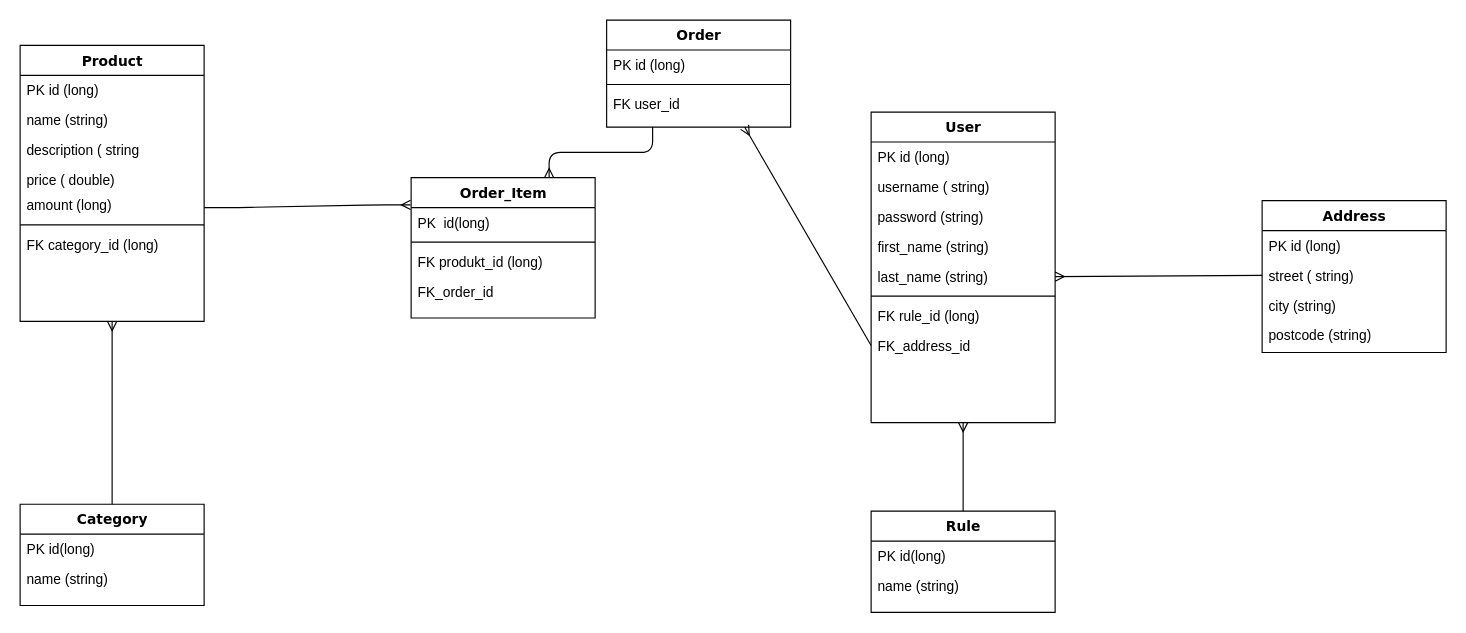
Before: Untitled Diagram.drawio in StanislawGlegola/dev-shop, a draw.io diagram. Source tidied: cells renumbered, new cells numbered last; positions are measured from the earlier drawing's top-left corner, leaving out a move shared by most shapes. Both pictures are drawn from the tidied source at 115%, with x=0, y=0 at pixel (20, 20).
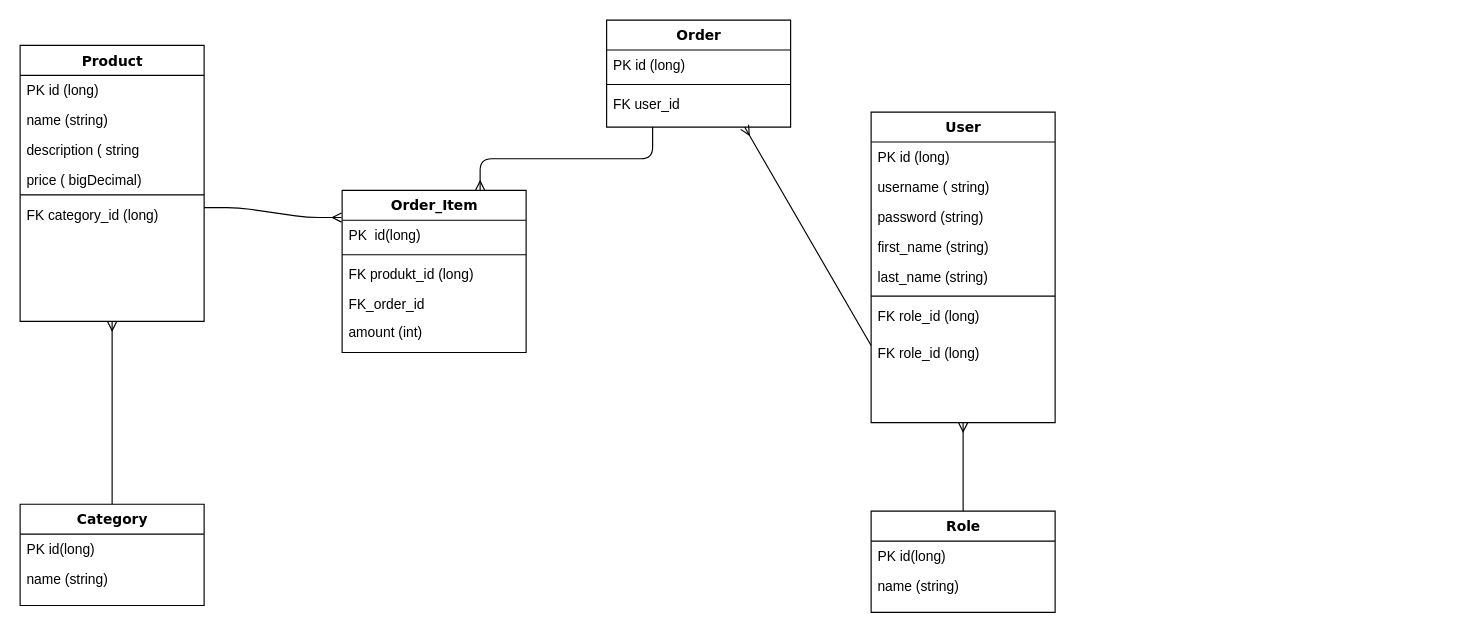
After the change.

The change refers to these unchanged cells:
```xml
<mxCell id="2" value="Product" style="swimlane;html=1;fontStyle=1;align=center;verticalAlign=top;horizontal=1;startSize=26;swimlaneFillColor=#ffffff;rounded=0;shadow=0;comic=0;labelBackgroundColor=none;strokeColor=#000000;strokeWidth=1;fillColor=none;fontFamily=Verdana;fontSize=12;fontColor=#000000;" parent="1" vertex="1">
  <mxGeometry y="22" width="160" height="240" as="geometry" />
</mxCell>
<mxCell id="15" value="User" style="swimlane;html=1;fontStyle=1;align=center;verticalAlign=top;horizontal=1;startSize=26;swimlaneFillColor=#ffffff;rounded=0;shadow=0;comic=0;labelBackgroundColor=none;strokeColor=#000000;strokeWidth=1;fillColor=none;fontFamily=Verdana;fontSize=12;fontColor=#000000;" parent="1" vertex="1">
  <mxGeometry x="740" y="80" width="160" height="270" as="geometry" />
</mxCell>
<mxCell id="20" value="last_name (string)" style="text;html=1;strokeColor=none;fillColor=none;align=left;verticalAlign=top;spacingLeft=4;spacingRight=4;whiteSpace=wrap;overflow=hidden;points=[[0,0.5],[1,0.5]];portConstraint=eastwest;" parent="15" vertex="1">
  <mxGeometry y="130" width="160" height="26" as="geometry" />
</mxCell>
<mxCell id="27" value="Order" style="swimlane;html=1;fontStyle=1;align=center;verticalAlign=top;horizontal=1;startSize=26;swimlaneFillColor=#ffffff;rounded=0;shadow=0;comic=0;labelBackgroundColor=none;strokeColor=#000000;strokeWidth=1;fillColor=none;fontFamily=Verdana;fontSize=12;fontColor=#000000;" parent="1" vertex="1">
  <mxGeometry x="510" width="160" height="93" as="geometry" />
</mxCell>
```

Change to the diagram source:
```diff
@@
-    <mxCell id="6" value="price ( double)" style="text;html=1;strokeColor=none;fillColor=none;align=left;verticalAlign=top;spacingLeft=4;spacingRight=4;whiteSpace=wrap;overflow=hidden;" parent="2" vertex="1">
+    <mxCell id="6" value="price ( bigDecimal)" style="text;html=1;strokeColor=none;fillColor=none;align=left;verticalAlign=top;spacingLeft=4;spacingRight=4;whiteSpace=wrap;overflow=hidden;" parent="2" vertex="1">
       <mxGeometry y="104" width="160" height="22" as="geometry" />
     </mxCell>
-    <mxCell id="7" value="amount (long)" style="text;html=1;strokeColor=none;fillColor=none;align=left;verticalAlign=top;spacingLeft=4;spacingRight=4;whiteSpace=wrap;overflow=hidden;" parent="2" vertex="1">
-      <mxGeometry y="126" width="160" height="26" as="geometry" />
-    </mxCell>
     <mxCell id="8" style="line;html=1;strokeWidth=1;fillColor=none;align=left;verticalAlign=middle;spacingTop=-1;spacingLeft=3;spacingRight=3;labelPosition=right;" parent="2" vertex="1">
-      <mxGeometry y="152" width="160" height="8" as="geometry" />
+      <mxGeometry y="126" width="160" height="8" as="geometry" />
     </mxCell>
     <mxCell id="9" value="FK category_id (long)" style="text;html=1;strokeColor=none;fillColor=none;align=left;verticalAlign=top;spacingLeft=4;spacingRight=4;whiteSpace=wrap;overflow=hidden;" parent="2" vertex="1">
-      <mxGeometry y="160" width="160" height="22" as="geometry" />
+      <mxGeometry y="134" width="160" height="22" as="geometry" />
     </mxCell>
     <mxCell id="10" value="Order_Item" style="swimlane;html=1;fontStyle=1;align=center;verticalAlign=top;horizontal=1;startSize=26;swimlaneFillColor=#ffffff;rounded=0;shadow=0;comic=0;labelBackgroundColor=none;strokeColor=#000000;strokeWidth=1;fillColor=none;fontFamily=Verdana;fontSize=12;fontColor=#000000;" parent="1" vertex="1">
-      <mxGeometry x="340" y="137" width="160" height="122" as="geometry" />
+      <mxGeometry x="280" y="148" width="160" height="141" as="geometry" />
     </mxCell>
@@
     <mxCell id="14" value="FK_order_id" style="text;html=1;strokeColor=none;fillColor=none;align=left;verticalAlign=top;spacingLeft=4;spacingRight=4;whiteSpace=wrap;overflow=hidden;" parent="10" vertex="1">
-      <mxGeometry y="86" width="160" height="34" as="geometry" />
+      <mxGeometry y="86" width="160" height="24" as="geometry" />
     </mxCell>
+    <mxCell id="45" value="amount (int)" style="text;html=1;strokeColor=none;fillColor=none;align=left;verticalAlign=top;spacingLeft=4;spacingRight=4;whiteSpace=wrap;overflow=hidden;" parent="10" vertex="1">
+      <mxGeometry y="110" width="160" height="26" as="geometry" />
+    </mxCell>
@@
-    <mxCell id="22" value="FK rule_id (long)" style="text;html=1;strokeColor=none;fillColor=none;align=left;verticalAlign=top;spacingLeft=4;spacingRight=4;whiteSpace=wrap;overflow=hidden;" parent="15" vertex="1">
+    <mxCell id="22" value="FK role_id (long)" style="text;html=1;strokeColor=none;fillColor=none;align=left;verticalAlign=top;spacingLeft=4;spacingRight=4;whiteSpace=wrap;overflow=hidden;" parent="15" vertex="1">
       <mxGeometry y="164" width="160" height="26" as="geometry" />
     </mxCell>
-    <mxCell id="23" value="FK_address_id" style="text;html=1;strokeColor=none;fillColor=none;align=left;verticalAlign=top;spacingLeft=4;spacingRight=4;whiteSpace=wrap;overflow=hidden;points=[[0,0.5],[1,0.5]];portConstraint=eastwest;" parent="15" vertex="1">
-      <mxGeometry y="190" width="160" height="26" as="geometry" />
-    </mxCell>
@@
-    <mxCell id="31" value="Rule" style="swimlane;html=1;fontStyle=1;align=center;verticalAlign=top;horizontal=1;startSize=26;swimlaneFillColor=#ffffff;rounded=0;shadow=0;comic=0;labelBackgroundColor=none;strokeColor=#000000;strokeWidth=1;fillColor=none;fontFamily=Verdana;fontSize=12;fontColor=#000000;" parent="1" vertex="1">
+    <mxCell id="31" value="Role" style="swimlane;html=1;fontStyle=1;align=center;verticalAlign=top;horizontal=1;startSize=26;swimlaneFillColor=#ffffff;rounded=0;shadow=0;comic=0;labelBackgroundColor=none;strokeColor=#000000;strokeWidth=1;fillColor=none;fontFamily=Verdana;fontSize=12;fontColor=#000000;" parent="1" vertex="1">
       <mxGeometry x="740" y="427" width="160" height="88" as="geometry" />
     </mxCell>
@@
-    <mxCell id="37" value="Address" style="swimlane;html=1;fontStyle=1;align=center;verticalAlign=top;horizontal=1;startSize=26;swimlaneFillColor=#ffffff;rounded=0;shadow=0;comic=0;labelBackgroundColor=none;strokeColor=#000000;strokeWidth=1;fillColor=none;fontFamily=Verdana;fontSize=12;fontColor=#000000;" parent="1" vertex="1">
-      <mxGeometry x="1080" y="157" width="160" height="132" as="geometry" />
-    </mxCell>
-    <mxCell id="38" value="PK id (long)" style="text;html=1;strokeColor=none;fillColor=none;align=left;verticalAlign=top;spacingLeft=4;spacingRight=4;whiteSpace=wrap;overflow=hidden;" parent="37" vertex="1">
-      <mxGeometry y="26" width="160" height="26" as="geometry" />
-    </mxCell>
-    <mxCell id="39" value="street ( string)" style="text;html=1;strokeColor=none;fillColor=none;align=left;verticalAlign=top;spacingLeft=4;spacingRight=4;whiteSpace=wrap;overflow=hidden;points=[[0,0.5],[1,0.5]];portConstraint=eastwest;" parent="37" vertex="1">
-      <mxGeometry y="52" width="160" height="26" as="geometry" />
-    </mxCell>
-    <mxCell id="40" value="city (string)" style="text;html=1;strokeColor=none;fillColor=none;align=left;verticalAlign=top;spacingLeft=4;spacingRight=4;whiteSpace=wrap;overflow=hidden;" parent="37" vertex="1">
-      <mxGeometry y="78" width="160" height="26" as="geometry" />
-    </mxCell>
-    <mxCell id="41" value="postcode (string)" style="text;html=1;strokeColor=none;fillColor=none;align=left;verticalAlign=top;spacingLeft=4;spacingRight=4;whiteSpace=wrap;overflow=hidden;" parent="37" vertex="1">
-      <mxGeometry y="104" width="160" height="26" as="geometry" />
-    </mxCell>
-    <mxCell id="42" style="fontSize=12;html=1;endArrow=ERmany;entryX=1;entryY=0.5;entryDx=0;entryDy=0;exitX=0;exitY=0.5;exitDx=0;exitDy=0;" parent="1" edge="1" source="39" target="20">
-      <mxGeometry relative="1" as="geometry" />
-    </mxCell>
-    <mxCell id="43" style="fontSize=12;html=1;endArrow=ERmany;entryX=0.75;entryY=1;entryDx=0;entryDy=0;exitX=0;exitY=0.5;exitDx=0;exitDy=0;" parent="1" edge="1" source="23" target="27">
-      <mxGeometry relative="1" as="geometry" />
+    <mxCell id="43" style="fontSize=12;html=1;endArrow=ERmany;entryX=0.75;entryY=1;entryDx=0;entryDy=0;exitX=0;exitY=0.5;exitDx=0;exitDy=0;" parent="1" edge="1" target="27">
+      <mxGeometry relative="1" as="geometry">
+        <mxPoint x="740" y="283" as="sourcePoint" />
+      </mxGeometry>
     </mxCell>
@@
+    <mxCell id="46" value="FK role_id (long)" style="text;html=1;strokeColor=none;fillColor=none;align=left;verticalAlign=top;spacingLeft=4;spacingRight=4;whiteSpace=wrap;overflow=hidden;" parent="1" vertex="1">
+      <mxGeometry x="740" y="276" width="160" height="26" as="geometry" />
+    </mxCell>
```
